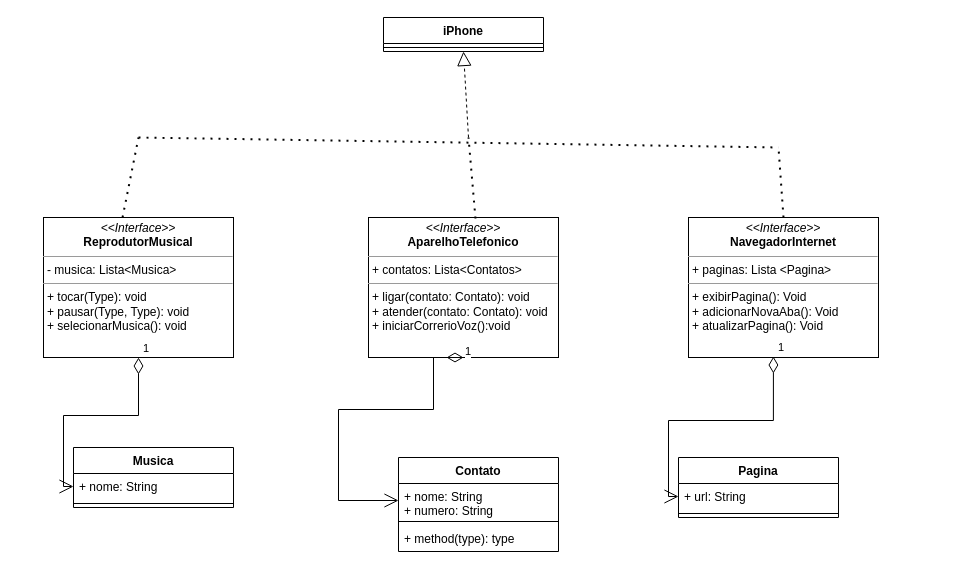
endobrasil/EstudoJava keeps this draw.io diagram as dioJavaAWS/desafios/ClasseIphone/iphone.drawio. Above is the earlier version. Source tidied: cells renumbered, new cells numbered last; positions are measured from the earlier drawing's top-left corner, leaving out a move shared by most shapes. Both pictures are drawn from the tidied source at 100%, with x=0, y=0 at pixel (43, 17).
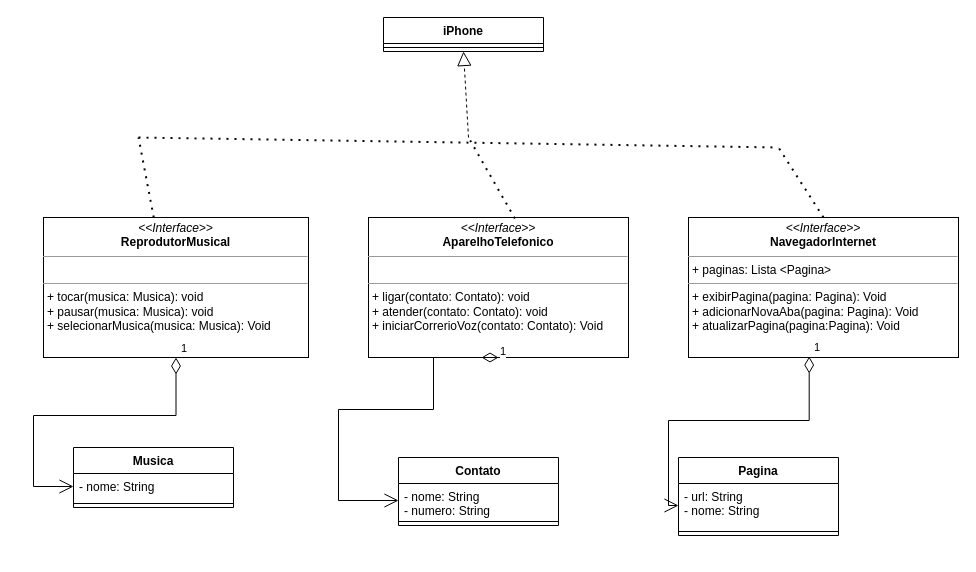
The same diagram, later.

The change refers to these unchanged cells:
```xml
<mxCell id="3" value="Musica" style="swimlane;fontStyle=1;align=center;verticalAlign=top;horizontal=1;startSize=26;whiteSpace=wrap;html=1;" parent="1" vertex="1">
  <mxGeometry x="30" y="430" width="160" height="60" as="geometry" />
</mxCell>
```

Diff of the diagram source:
```diff
@@
-    <mxCell id="2" value="&lt;p style=&quot;margin:0px;margin-top:4px;text-align:center;&quot;&gt;&lt;i&gt;&amp;lt;&amp;lt;Interface&amp;gt;&amp;gt;&lt;/i&gt;&lt;br&gt;&lt;b&gt;ReprodutorMusical&lt;/b&gt;&lt;/p&gt;&lt;hr size=&quot;1&quot;&gt;&lt;p style=&quot;margin:0px;margin-left:4px;&quot;&gt;- musica: Lista&amp;lt;Musica&amp;gt;&lt;br&gt;&lt;/p&gt;&lt;hr size=&quot;1&quot;&gt;&lt;p style=&quot;margin:0px;margin-left:4px;&quot;&gt;+ tocar(Type): void&lt;br&gt;+ pausar(Type, Type): void&lt;/p&gt;&lt;p style=&quot;margin:0px;margin-left:4px;&quot;&gt;+ selecionarMusica(): void&lt;br&gt;&lt;/p&gt;" style="verticalAlign=top;align=left;overflow=fill;fontSize=12;fontFamily=Helvetica;html=1;whiteSpace=wrap;" parent="1" vertex="1">
-      <mxGeometry y="200" width="190" height="140" as="geometry" />
+    <mxCell id="2" value="&lt;p style=&quot;margin:0px;margin-top:4px;text-align:center;&quot;&gt;&lt;i&gt;&amp;lt;&amp;lt;Interface&amp;gt;&amp;gt;&lt;/i&gt;&lt;br&gt;&lt;b&gt;ReprodutorMusical&lt;/b&gt;&lt;/p&gt;&lt;hr size=&quot;1&quot;&gt;&lt;p style=&quot;margin:0px;margin-left:4px;&quot;&gt;&lt;br&gt;&lt;/p&gt;&lt;hr size=&quot;1&quot;&gt;&lt;p style=&quot;margin:0px;margin-left:4px;&quot;&gt;+ tocar(musica: Musica): void&lt;br&gt;+ pausar(musica: Musica): void&lt;/p&gt;&lt;p style=&quot;margin:0px;margin-left:4px;&quot;&gt;+ selecionarMusica(musica: Musica): Void&lt;/p&gt;" style="verticalAlign=top;align=left;overflow=fill;fontSize=12;fontFamily=Helvetica;html=1;whiteSpace=wrap;" parent="1" vertex="1">
+      <mxGeometry y="200" width="265" height="140" as="geometry" />
     </mxCell>
@@
-    <mxCell id="4" value="+ nome: String" style="text;strokeColor=none;fillColor=none;align=left;verticalAlign=top;spacingLeft=4;spacingRight=4;overflow=hidden;points=[[0,0.5],[1,0.5]];portConstraint=eastwest;whiteSpace=wrap;html=1;" parent="3" vertex="1">
+    <mxCell id="4" value="- nome: String" style="text;strokeColor=none;fillColor=none;align=left;verticalAlign=top;spacingLeft=4;spacingRight=4;overflow=hidden;points=[[0,0.5],[1,0.5]];portConstraint=eastwest;whiteSpace=wrap;html=1;" parent="3" vertex="1">
       <mxGeometry y="26" width="160" height="26" as="geometry" />
     </mxCell>
@@
-    <mxCell id="7" value="&lt;p style=&quot;margin:0px;margin-top:4px;text-align:center;&quot;&gt;&lt;i&gt;&amp;lt;&amp;lt;Interface&amp;gt;&amp;gt;&lt;/i&gt;&lt;br&gt;&lt;b&gt;AparelhoTelefonico&lt;/b&gt;&lt;br&gt;&lt;/p&gt;&lt;hr size=&quot;1&quot;&gt;&lt;p style=&quot;margin:0px;margin-left:4px;&quot;&gt;+ contatos: Lista&amp;lt;Contatos&amp;gt;&lt;br&gt;&lt;/p&gt;&lt;hr size=&quot;1&quot;&gt;&lt;p style=&quot;margin:0px;margin-left:4px;&quot;&gt;+ ligar(contato: Contato): void&lt;br&gt;+ atender(contato: Contato): void&lt;/p&gt;&lt;p style=&quot;margin:0px;margin-left:4px;&quot;&gt;+ iniciarCorrerioVoz():void&lt;br&gt;&lt;/p&gt;" style="verticalAlign=top;align=left;overflow=fill;fontSize=12;fontFamily=Helvetica;html=1;whiteSpace=wrap;" parent="1" vertex="1">
-      <mxGeometry x="325" y="200" width="190" height="140" as="geometry" />
+    <mxCell id="7" value="&lt;p style=&quot;margin:0px;margin-top:4px;text-align:center;&quot;&gt;&lt;i&gt;&amp;lt;&amp;lt;Interface&amp;gt;&amp;gt;&lt;/i&gt;&lt;br&gt;&lt;b&gt;AparelhoTelefonico&lt;/b&gt;&lt;br&gt;&lt;/p&gt;&lt;hr size=&quot;1&quot;&gt;&lt;p style=&quot;margin:0px;margin-left:4px;&quot;&gt;&lt;br&gt;&lt;/p&gt;&lt;hr size=&quot;1&quot;&gt;&lt;p style=&quot;margin:0px;margin-left:4px;&quot;&gt;+ ligar(contato: Contato): void&lt;br&gt;+ atender(contato: Contato): void&lt;/p&gt;&lt;p style=&quot;margin:0px;margin-left:4px;&quot;&gt;+ iniciarCorrerioVoz(contato: Contato): Void&lt;/p&gt;" style="verticalAlign=top;align=left;overflow=fill;fontSize=12;fontFamily=Helvetica;html=1;whiteSpace=wrap;" parent="1" vertex="1">
+      <mxGeometry x="325" y="200" width="260" height="140" as="geometry" />
     </mxCell>
     <mxCell id="8" value="Contato" style="swimlane;fontStyle=1;align=center;verticalAlign=top;horizontal=1;startSize=26;whiteSpace=wrap;html=1;" parent="1" vertex="1">
-      <mxGeometry x="355" y="440" width="160" height="94" as="geometry" />
+      <mxGeometry x="355" y="440" width="160" height="68" as="geometry" />
     </mxCell>
-    <mxCell id="9" value="+ nome: String&lt;br&gt;+ numero: String" style="text;strokeColor=none;fillColor=none;align=left;verticalAlign=top;spacingLeft=4;spacingRight=4;overflow=hidden;points=[[0,0.5],[1,0.5]];portConstraint=eastwest;whiteSpace=wrap;html=1;" parent="8" vertex="1">
+    <mxCell id="9" value="- nome: String&lt;br&gt;- numero: String" style="text;strokeColor=none;fillColor=none;align=left;verticalAlign=top;spacingLeft=4;spacingRight=4;overflow=hidden;points=[[0,0.5],[1,0.5]];portConstraint=eastwest;whiteSpace=wrap;html=1;" parent="8" vertex="1">
       <mxGeometry y="26" width="160" height="34" as="geometry" />
     </mxCell>
@@
-    <mxCell id="11" value="+ method(type): type" style="text;strokeColor=none;fillColor=none;align=left;verticalAlign=top;spacingLeft=4;spacingRight=4;overflow=hidden;whiteSpace=wrap;html=1;" parent="8" vertex="1">
-      <mxGeometry y="68" width="160" height="26" as="geometry" />
-    </mxCell>
@@
-    <mxCell id="13" value="&lt;p style=&quot;margin:0px;margin-top:4px;text-align:center;&quot;&gt;&lt;i&gt;&amp;lt;&amp;lt;Interface&amp;gt;&amp;gt;&lt;/i&gt;&lt;br&gt;&lt;b&gt;NavegadorInternet&lt;/b&gt;&lt;br&gt;&lt;/p&gt;&lt;hr size=&quot;1&quot;&gt;&lt;p style=&quot;margin:0px;margin-left:4px;&quot;&gt;+ paginas: Lista &amp;lt;Pagina&amp;gt;&lt;/p&gt;&lt;hr size=&quot;1&quot;&gt;&lt;p style=&quot;margin:0px;margin-left:4px;&quot;&gt;+ exibirPagina(): Void&lt;br&gt;+ adicionarNovaAba(): Void&lt;br&gt;&lt;/p&gt;&lt;p style=&quot;margin:0px;margin-left:4px;&quot;&gt;+ atualizarPagina(): Void&lt;br&gt;&lt;/p&gt;" style="verticalAlign=top;align=left;overflow=fill;fontSize=12;fontFamily=Helvetica;html=1;whiteSpace=wrap;" parent="1" vertex="1">
-      <mxGeometry x="645" y="200" width="190" height="140" as="geometry" />
+    <mxCell id="13" value="&lt;p style=&quot;margin:0px;margin-top:4px;text-align:center;&quot;&gt;&lt;i&gt;&amp;lt;&amp;lt;Interface&amp;gt;&amp;gt;&lt;/i&gt;&lt;br&gt;&lt;b&gt;NavegadorInternet&lt;/b&gt;&lt;br&gt;&lt;/p&gt;&lt;hr size=&quot;1&quot;&gt;&lt;p style=&quot;margin:0px;margin-left:4px;&quot;&gt;+ paginas: Lista &amp;lt;Pagina&amp;gt;&lt;/p&gt;&lt;hr size=&quot;1&quot;&gt;&lt;p style=&quot;margin:0px;margin-left:4px;&quot;&gt;+ exibirPagina(pagina: Pagina): Void&lt;br&gt;+ adicionarNovaAba(pagina: Pagina): Void&lt;/p&gt;&lt;p style=&quot;margin:0px;margin-left:4px;&quot;&gt;+ atualizarPagina(pagina:Pagina): Void&lt;br&gt;&lt;/p&gt;" style="verticalAlign=top;align=left;overflow=fill;fontSize=12;fontFamily=Helvetica;html=1;whiteSpace=wrap;" parent="1" vertex="1">
+      <mxGeometry x="645" y="200" width="270" height="140" as="geometry" />
     </mxCell>
     <mxCell id="14" value="Pagina" style="swimlane;fontStyle=1;align=center;verticalAlign=top;horizontal=1;startSize=26;whiteSpace=wrap;html=1;" parent="1" vertex="1">
-      <mxGeometry x="635" y="440" width="160" height="60" as="geometry" />
+      <mxGeometry x="635" y="440" width="160" height="78" as="geometry" />
     </mxCell>
-    <mxCell id="15" value="+ url: String" style="text;strokeColor=none;fillColor=none;align=left;verticalAlign=top;spacingLeft=4;spacingRight=4;overflow=hidden;points=[[0,0.5],[1,0.5]];portConstraint=eastwest;whiteSpace=wrap;html=1;" parent="14" vertex="1">
-      <mxGeometry y="26" width="160" height="26" as="geometry" />
+    <mxCell id="15" value="- url: String&lt;br&gt;- nome: String" style="text;strokeColor=none;fillColor=none;align=left;verticalAlign=top;spacingLeft=4;spacingRight=4;overflow=hidden;points=[[0,0.5],[1,0.5]];portConstraint=eastwest;whiteSpace=wrap;html=1;" parent="14" vertex="1">
+      <mxGeometry y="26" width="160" height="44" as="geometry" />
     </mxCell>
     <mxCell id="16" style="line;strokeWidth=1;fillColor=none;align=left;verticalAlign=middle;spacingTop=-1;spacingLeft=3;spacingRight=3;labelPosition=right;strokeColor=inherit;" parent="14" vertex="1">
-      <mxGeometry y="52" width="160" height="8" as="geometry" />
+      <mxGeometry y="70" width="160" height="8" as="geometry" />
     </mxCell>
```
